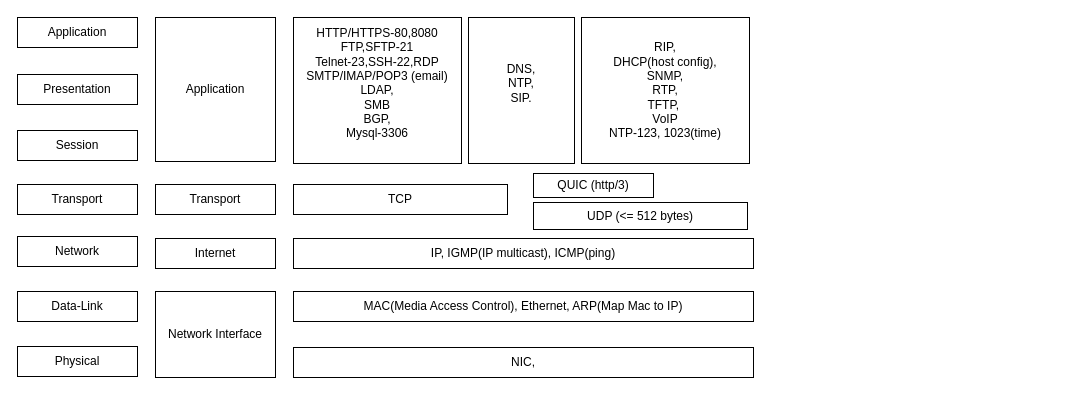
Above: internet_protocol.drawio in Albert-W/Draw_io (draw.io), before the change. Source tidied: cells renumbered, new cells numbered last; positions are measured from the earlier drawing's top-left corner, leaving out a move shared by most shapes. Both pictures are drawn from the tidied source at 100%, with x=0, y=0 at pixel (17, 17).
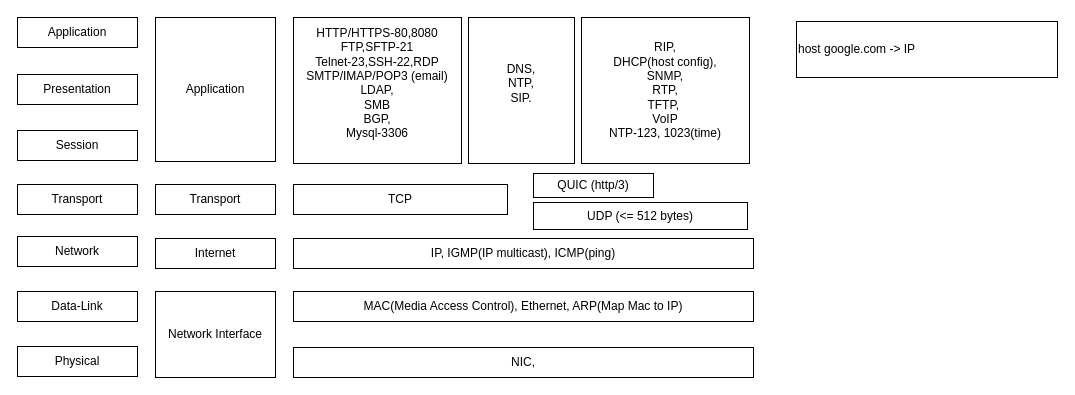
After the change.

The edit, as a diff of the source:
```diff
@@
+    <mxCell id="22" value="host google.com -&amp;gt; IP" style="rounded=0;whiteSpace=wrap;html=1;align=left;" parent="1" vertex="1">
+      <mxGeometry x="779" y="4" width="261" height="56" as="geometry" />
+    </mxCell>
```
